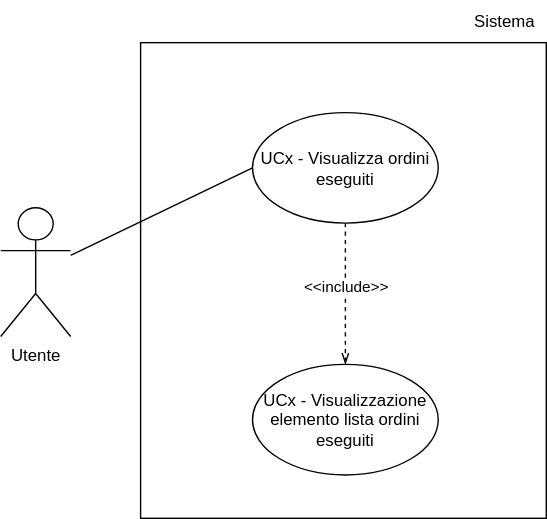
Earlier version of the draw.io export assets/diagrams/UCx-lista_ordini_eseguiti.svg (alimitedgroup/alimitedgroup.github.io). Source tidied: cells renumbered, new cells last; positions are measured from the earlier drawing's top-left corner, leaving out a move shared by most shapes.
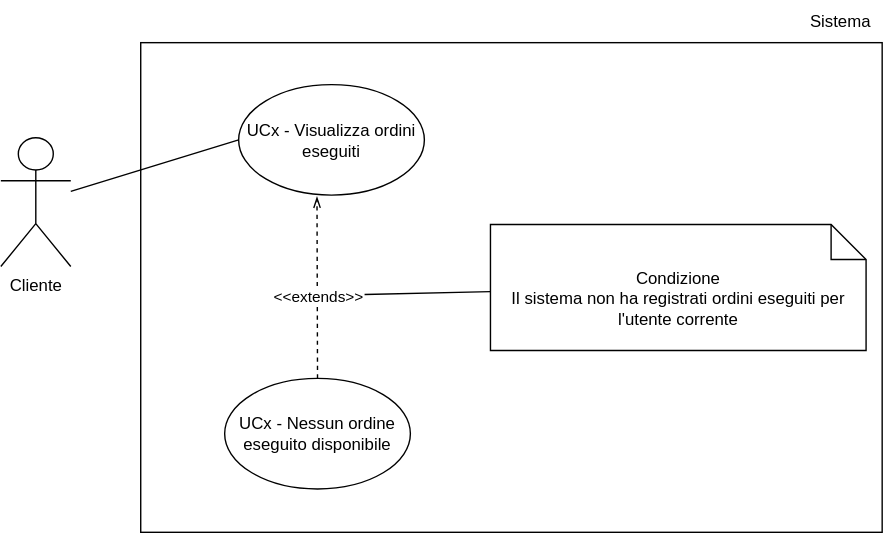
The same diagram one commit later.

Commit message:
fix UC lista ordini

The edit, as a diff of the source:
```diff
@@ -3,28 +3,38 @@
     <mxCell id="0" />
     <mxCell id="1" parent="0" />
     <mxCell id="2" style="html=1;strokeWidth=1;shape=mxgraph.sysml.package;html=1;overflow=fill;whiteSpace=wrap;fillColor=none;gradientColor=none;fontSize=12;align=center;labelX=0;" parent="1" vertex="1">
-      <mxGeometry x="100" y="30" width="290" height="340" as="geometry" />
+      <mxGeometry x="100" y="80" width="530" height="350" as="geometry" />
     </mxCell>
     <mxCell id="3" style="rounded=0;jettySize=auto;html=1;entryX=0;entryY=0.5;entryDx=0;entryDy=0;endArrow=none;endFill=0;" parent="1" edge="1" source="4" target="7">
       <mxGeometry relative="1" as="geometry" />
     </mxCell>
-    <mxCell id="4" value="Utente" style="shape=umlActor;verticalLabelPosition=bottom;verticalAlign=top;html=1;outlineConnect=0;" parent="1" vertex="1">
+    <mxCell id="4" value="&lt;div&gt;Cliente&lt;/div&gt;" style="shape=umlActor;verticalLabelPosition=bottom;verticalAlign=top;html=1;outlineConnect=0;" parent="1" vertex="1">
       <mxGeometry y="148" width="50" height="92" as="geometry" />
     </mxCell>
-    <mxCell id="5" style="rounded=0;jettySize=auto;html=1;dashed=1;endArrow=openThin;endFill=0;" parent="1" edge="1" source="7" target="8">
-      <mxGeometry relative="1" as="geometry" />
+    <mxCell id="5" style="rounded=0;jettySize=auto;html=1;dashed=1;endArrow=openThin;endFill=0;exitX=0.5;exitY=0;exitDx=0;exitDy=0;" parent="1" edge="1" source="8">
+      <mxGeometry relative="1" as="geometry">
+        <mxPoint x="226" y="190" as="targetPoint" />
+      </mxGeometry>
     </mxCell>
-    <mxCell id="6" value="&amp;lt;&amp;lt;include&amp;gt;&amp;gt;" style="edgeLabel;html=1;align=center;verticalAlign=middle;" parent="5" vertex="1">
+    <mxCell id="6" value="&lt;div&gt;&amp;lt;&amp;lt;extends&amp;gt;&amp;gt;&lt;/div&gt;" style="edgeLabel;html=1;align=center;verticalAlign=middle;" parent="5" vertex="1">
       <mxGeometry x="-0.11" relative="1" as="geometry" />
     </mxCell>
     <mxCell id="7" value="UCx - Visualizza&lt;span style=&quot;background-color: initial;&quot;&gt; ordini eseguiti&lt;/span&gt;" style="ellipse;whiteSpace=wrap;html=1;" parent="1" vertex="1">
-      <mxGeometry x="180" y="80" width="132.8" height="79" as="geometry" />
+      <mxGeometry x="170" y="110" width="132.8" height="79" as="geometry" />
     </mxCell>
-    <mxCell id="8" value="UCx -&amp;nbsp;&lt;span style=&quot;background-color: initial;&quot;&gt;Visualizzazione elemento  lista ordini eseguiti&lt;br&gt;&lt;/span&gt;" style="ellipse;whiteSpace=wrap;html=1;" parent="1" vertex="1">
-      <mxGeometry x="180" y="260" width="132.8" height="79" as="geometry" />
+    <mxCell id="8" value="UCx - Nessun ordine eseguito disponibile&lt;span style=&quot;background-color: initial;&quot;&gt;&lt;/span&gt;" style="ellipse;whiteSpace=wrap;html=1;" parent="1" vertex="1">
+      <mxGeometry x="160" y="320" width="132.8" height="79" as="geometry" />
     </mxCell>
     <mxCell id="9" value="Sistema" style="text;html=1;align=center;verticalAlign=middle;strokeColor=none;fillColor=none;" parent="1" vertex="1">
-      <mxGeometry x="330" width="60" height="30" as="geometry" />
+      <mxGeometry x="570" y="50" width="60" height="30" as="geometry" />
     </mxCell>
+    <mxCell id="10" style="rounded=0;jettySize=auto;html=1;endArrow=none;endFill=0;" parent="1" edge="1" source="11">
+      <mxGeometry relative="1" as="geometry">
+        <mxPoint x="260" y="260" as="targetPoint" />
+      </mxGeometry>
+    </mxCell>
+    <mxCell id="11" value="&lt;div&gt;Condizione&lt;/div&gt;&lt;div&gt;Il sistema non ha registrati ordini eseguiti per l'utente corrente&lt;/div&gt;" style="shape=note2;boundedLbl=1;whiteSpace=wrap;html=1;size=25;verticalAlign=top;align=center;" parent="1" vertex="1">
+      <mxGeometry x="350" y="210" width="268.5" height="90" as="geometry" />
+    </mxCell>
   </root>
 </mxGraphModel>
```
